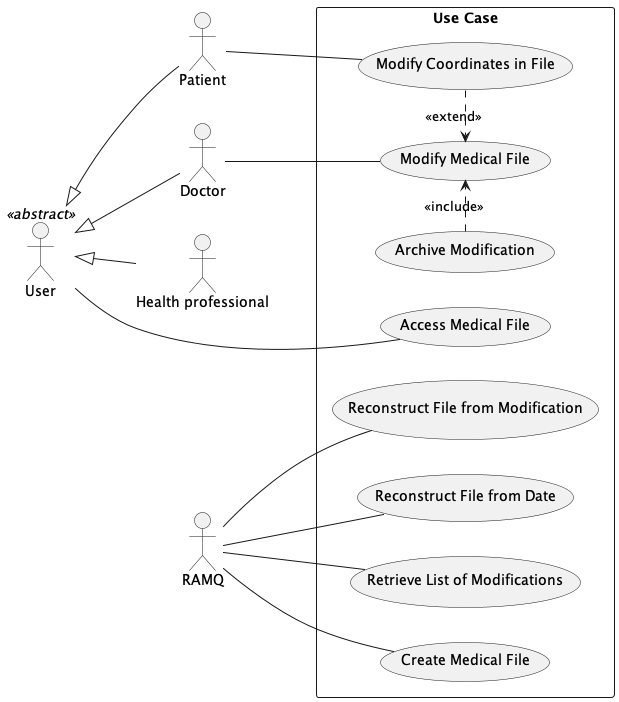
KevenJAntenor/Quebec-Centralized-Medical-Record-System keeps this PlantUML diagram as plantUml/use-case.png. Above is the earlier version.
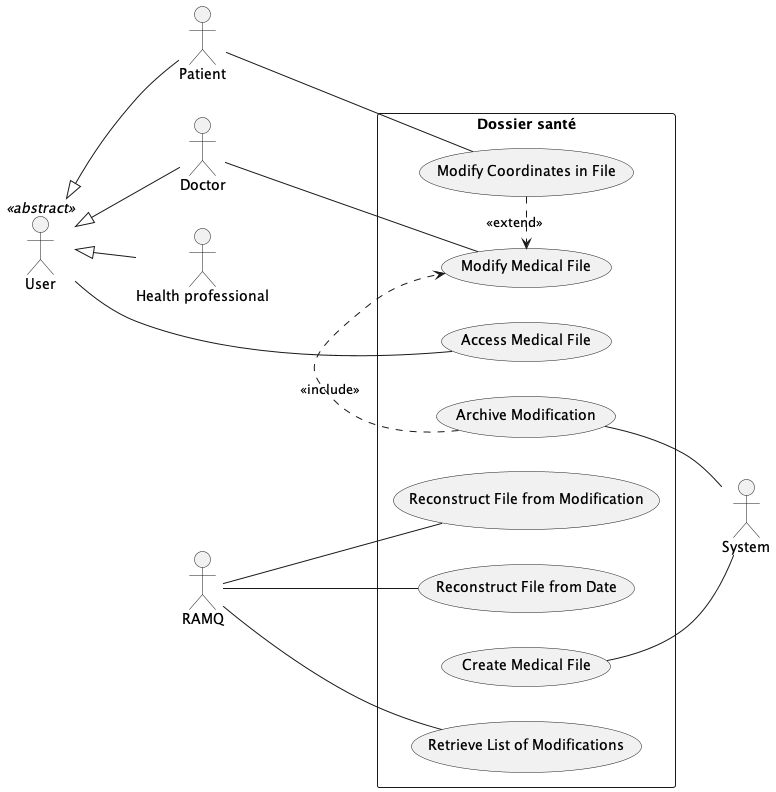
Later version of the same file.

What changed in the source:
```diff
@@ -7,7 +7,8 @@
 actor "Doctor" as doctor
 actor "Health professional" as health_professional
 actor "RAMQ" as ramq
-rectangle "Use Case" {
+actor "System" as sys
+rectangle "Dossier santé" {
   user <|-- patient
   user <|-- doctor
   user <|-- health_professional
@@ -15,8 +16,9 @@
   doctor -- (Modify Medical File)
   patient -- (Modify Coordinates in File)
   (Modify Coordinates in File) .> (Modify Medical File) : <<extend>>
-  ramq -- (Create Medical File)
   (Archive Modification) .> (Modify Medical File) : <<include>>
+  sys -up- (Archive Modification)
+  sys -- (Create Medical File)
   ramq -- (Reconstruct File from Modification)
   ramq -- (Reconstruct File from Date)
   ramq -- (Retrieve List of Modifications)
```
